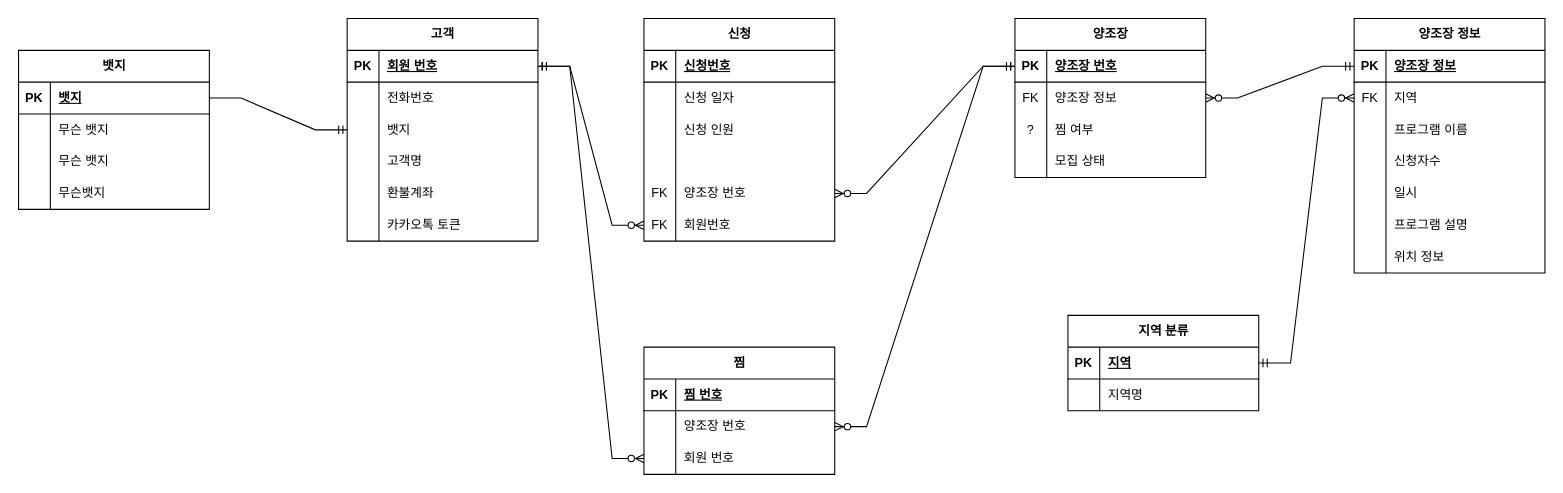
jjun522/erd keeps this draw.io diagram as page "페이지-2" (2 of 2) of kkoalla.drawio. Above is the earlier version. Source tidied: cells renumbered, new cells numbered last; positions are measured from the earlier drawing's top-left corner, leaving out a move shared by most shapes. Both pictures are drawn from the tidied source at 106%, with x=0, y=0 at pixel (18, 18).
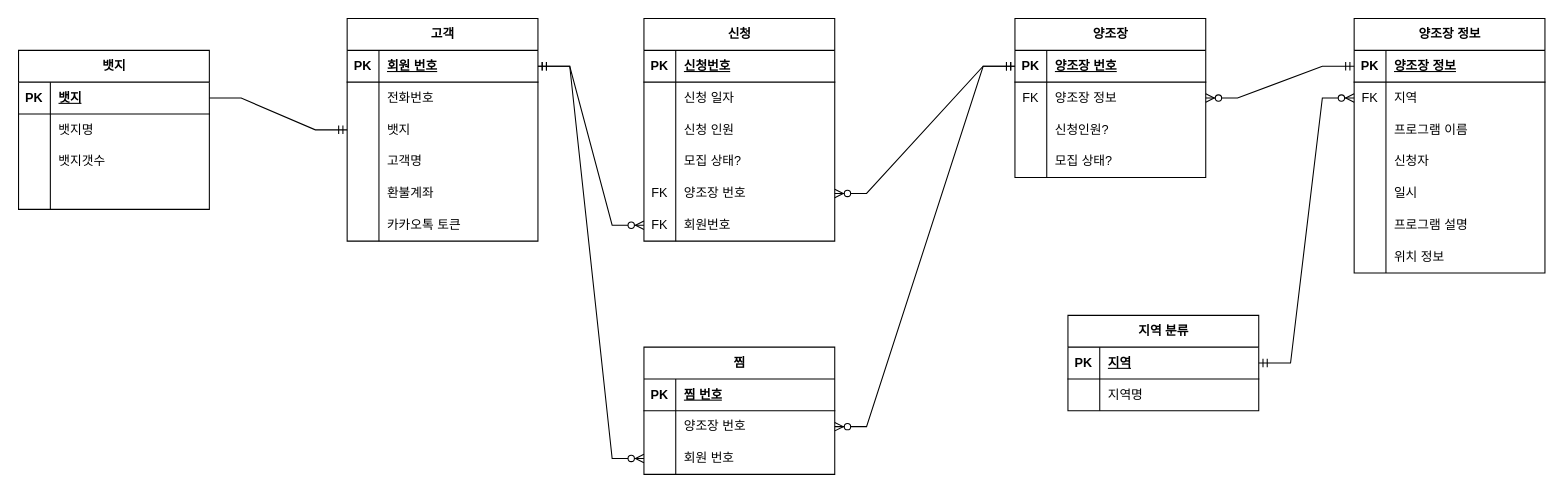
The same page after the edit.

The change refers to these unchanged cells:
```xml
<mxCell id="12" style="shape=tableRow;horizontal=0;startSize=0;swimlaneHead=0;swimlaneBody=0;fillColor=none;top=0;left=0;right=0;bottom=0;strokeColor=inherit;" parent="2" vertex="1">
  <mxGeometry y="120" width="180" height="30" as="geometry" />
</mxCell>
<mxCell id="57" style="shape=tableRow;horizontal=0;startSize=0;swimlaneHead=0;swimlaneBody=0;fillColor=none;top=0;left=0;right=0;bottom=0;" parent="50" vertex="1">
  <mxGeometry y="90" width="180" height="30" as="geometry" />
</mxCell>
<mxCell id="60" style="shape=tableRow;horizontal=0;startSize=0;swimlaneHead=0;swimlaneBody=0;fillColor=none;top=0;left=0;right=0;bottom=0;" parent="50" vertex="1">
  <mxGeometry y="120" width="180" height="30" as="geometry" />
</mxCell>
<mxCell id="77" style="shape=tableRow;horizontal=0;startSize=0;swimlaneHead=0;swimlaneBody=0;fillColor=none;top=0;left=0;right=0;bottom=0;" parent="67" vertex="1">
  <mxGeometry y="120" width="180" height="30" as="geometry" />
</mxCell>
<mxCell id="102" style="shape=tableRow;horizontal=0;startSize=0;swimlaneHead=0;swimlaneBody=0;fillColor=none;top=0;left=0;right=0;bottom=0;" parent="98" vertex="1">
  <mxGeometry y="60" width="180" height="30" as="geometry" />
</mxCell>
<mxCell id="105" style="shape=tableRow;horizontal=0;startSize=0;swimlaneHead=0;swimlaneBody=0;fillColor=none;top=0;left=0;right=0;bottom=0;" parent="98" vertex="1">
  <mxGeometry y="90" width="180" height="30" as="geometry" />
</mxCell>
<mxCell id="108" style="shape=tableRow;horizontal=0;startSize=0;swimlaneHead=0;swimlaneBody=0;fillColor=none;top=0;left=0;right=0;bottom=0;" parent="98" vertex="1">
  <mxGeometry y="120" width="180" height="30" as="geometry" />
</mxCell>
```

Diff of the diagram source:
```diff
@@
-    <mxCell id="14" style="shape=partialRectangle;fillColor=none;top=0;left=0;bottom=0;right=0;align=left;spacingLeft=6;overflow=hidden;whiteSpace=wrap;html=1;" parent="12" vertex="1">
+    <mxCell id="14" value="모집 상태?" style="shape=partialRectangle;fillColor=none;top=0;left=0;bottom=0;right=0;align=left;spacingLeft=6;overflow=hidden;whiteSpace=wrap;html=1;" parent="12" vertex="1">
       <mxGeometry x="30" width="150" height="30" as="geometry" />
     </mxCell>
@@
-    <mxCell id="58" value="?" style="shape=partialRectangle;fillColor=none;top=0;left=0;bottom=0;right=0;overflow=hidden;whiteSpace=wrap;html=1;" parent="57" vertex="1">
+    <mxCell id="58" style="shape=partialRectangle;fillColor=none;top=0;left=0;bottom=0;right=0;overflow=hidden;whiteSpace=wrap;html=1;" parent="57" vertex="1">
       <mxGeometry width="30" height="30" as="geometry" />
     </mxCell>
-    <mxCell id="59" value="찜 여부" style="shape=partialRectangle;fillColor=none;top=0;left=0;bottom=0;right=0;align=left;spacingLeft=6;overflow=hidden;whiteSpace=wrap;html=1;" parent="57" vertex="1">
+    <mxCell id="59" value="신청인원?" style="shape=partialRectangle;fillColor=none;top=0;left=0;bottom=0;right=0;align=left;spacingLeft=6;overflow=hidden;whiteSpace=wrap;html=1;" parent="57" vertex="1">
       <mxGeometry x="30" width="150" height="30" as="geometry" />
     </mxCell>
@@
-    <mxCell id="62" value="모집 상태" style="shape=partialRectangle;fillColor=none;top=0;left=0;bottom=0;right=0;align=left;spacingLeft=6;overflow=hidden;whiteSpace=wrap;html=1;" parent="60" vertex="1">
+    <mxCell id="62" value="모집 상태?" style="shape=partialRectangle;fillColor=none;top=0;left=0;bottom=0;right=0;align=left;spacingLeft=6;overflow=hidden;whiteSpace=wrap;html=1;" parent="60" vertex="1">
       <mxGeometry x="30" width="150" height="30" as="geometry" />
     </mxCell>
@@
-    <mxCell id="79" value="신청자수" style="shape=partialRectangle;fillColor=none;top=0;left=0;bottom=0;right=0;align=left;spacingLeft=6;overflow=hidden;whiteSpace=wrap;html=1;" parent="77" vertex="1">
+    <mxCell id="79" value="신청자" style="shape=partialRectangle;fillColor=none;top=0;left=0;bottom=0;right=0;align=left;spacingLeft=6;overflow=hidden;whiteSpace=wrap;html=1;" parent="77" vertex="1">
       <mxGeometry x="30" width="150" height="30" as="geometry" />
     </mxCell>
@@
-    <mxCell id="104" value="무슨 뱃지" style="shape=partialRectangle;fillColor=none;top=0;left=0;bottom=0;right=0;align=left;spacingLeft=6;overflow=hidden;whiteSpace=wrap;html=1;" parent="102" vertex="1">
+    <mxCell id="104" value="뱃지명" style="shape=partialRectangle;fillColor=none;top=0;left=0;bottom=0;right=0;align=left;spacingLeft=6;overflow=hidden;whiteSpace=wrap;html=1;" parent="102" vertex="1">
       <mxGeometry x="30" width="150" height="30" as="geometry" />
     </mxCell>
@@
-    <mxCell id="107" value="무슨 뱃지" style="shape=partialRectangle;fillColor=none;top=0;left=0;bottom=0;right=0;align=left;spacingLeft=6;overflow=hidden;whiteSpace=wrap;html=1;" parent="105" vertex="1">
+    <mxCell id="107" value="뱃지갯수" style="shape=partialRectangle;fillColor=none;top=0;left=0;bottom=0;right=0;align=left;spacingLeft=6;overflow=hidden;whiteSpace=wrap;html=1;" parent="105" vertex="1">
       <mxGeometry x="30" width="150" height="30" as="geometry" />
     </mxCell>
@@
-    <mxCell id="110" value="무슨뱃지" style="shape=partialRectangle;fillColor=none;top=0;left=0;bottom=0;right=0;align=left;spacingLeft=6;overflow=hidden;whiteSpace=wrap;html=1;" parent="108" vertex="1">
+    <mxCell id="110" style="shape=partialRectangle;fillColor=none;top=0;left=0;bottom=0;right=0;align=left;spacingLeft=6;overflow=hidden;whiteSpace=wrap;html=1;" parent="108" vertex="1">
       <mxGeometry x="30" width="150" height="30" as="geometry" />
     </mxCell>
```
